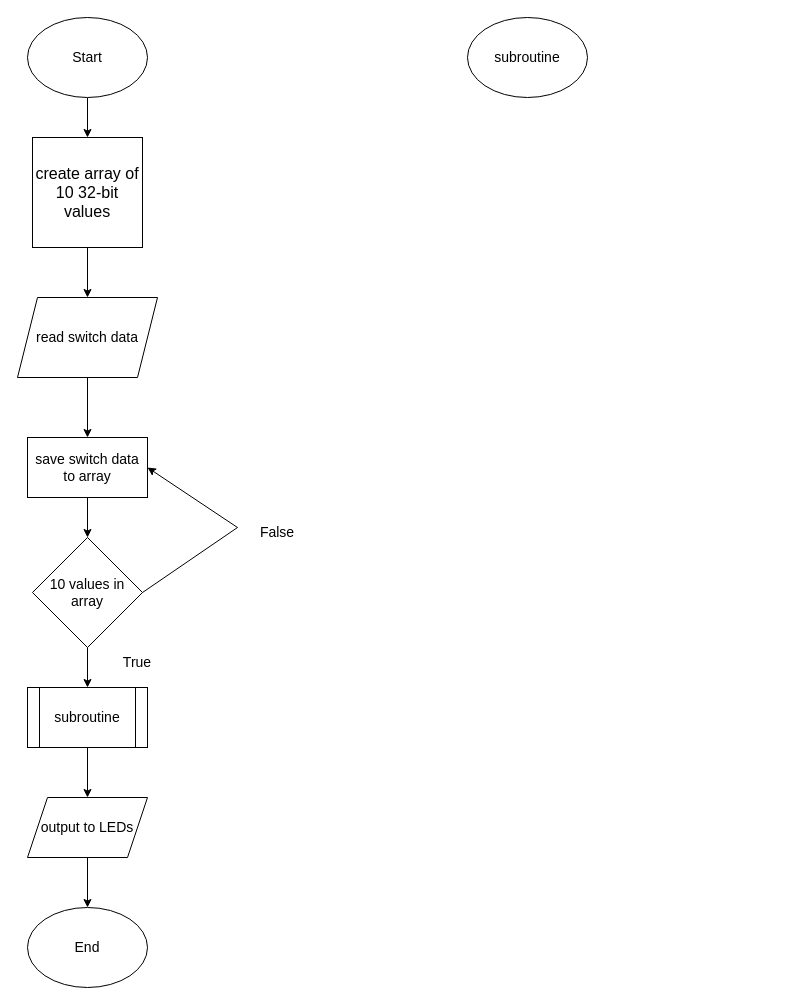
The draw.io diagram final_project_SW.drawio in psp-player/CPE233, before the edit. Source tidied: cells renumbered, new cells numbered last; positions are measured from the earlier drawing's top-left corner, leaving out a move shared by most shapes. Both pictures are drawn from the tidied source at 100%, with x=0, y=0 at pixel (17, 17).
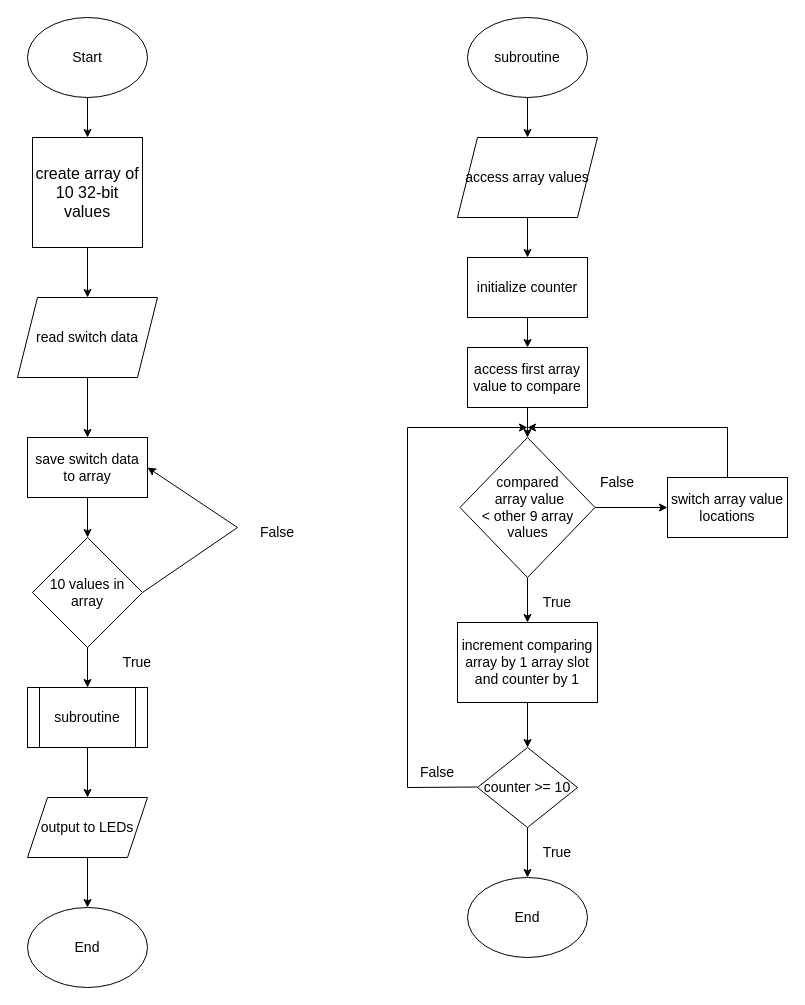
After the change.

Unchanged cells that the change refers to:
```xml
<mxCell id="14" value="&lt;font style=&quot;font-size: 14px;&quot;&gt;subroutine&lt;/font&gt;" style="ellipse;whiteSpace=wrap;html=1;" parent="1" vertex="1">
  <mxGeometry x="450" width="120" height="80" as="geometry" />
</mxCell>
```

Diff of the diagram source:
```diff
@@
+    <mxCell id="22" style="edgeStyle=orthogonalEdgeStyle;rounded=0;jettySize=auto;html=1;entryX=0.5;entryY=0;entryDx=0;entryDy=0;" parent="1" edge="1" source="14" target="24">
+      <mxGeometry relative="1" as="geometry" />
+    </mxCell>
@@
+    <mxCell id="23" style="edgeStyle=orthogonalEdgeStyle;rounded=0;jettySize=auto;html=1;entryX=0.5;entryY=0;entryDx=0;entryDy=0;" parent="1" edge="1" source="24" target="26">
+      <mxGeometry relative="1" as="geometry" />
+    </mxCell>
+    <mxCell id="24" value="&lt;font style=&quot;font-size: 14px;&quot;&gt;access array values&lt;/font&gt;" style="shape=parallelogram;perimeter=parallelogramPerimeter;whiteSpace=wrap;html=1;fixedSize=1;" parent="1" vertex="1">
+      <mxGeometry x="440" y="120" width="140" height="80" as="geometry" />
+    </mxCell>
+    <mxCell id="25" style="edgeStyle=orthogonalEdgeStyle;rounded=0;jettySize=auto;html=1;entryX=0.5;entryY=0;entryDx=0;entryDy=0;" parent="1" edge="1" source="26" target="33">
+      <mxGeometry relative="1" as="geometry" />
+    </mxCell>
+    <mxCell id="26" value="&lt;font style=&quot;font-size: 14px;&quot;&gt;initialize counter&lt;/font&gt;" style="rounded=0;whiteSpace=wrap;html=1;" parent="1" vertex="1">
+      <mxGeometry x="450" y="240" width="120" height="60" as="geometry" />
+    </mxCell>
+    <mxCell id="27" style="edgeStyle=orthogonalEdgeStyle;rounded=0;jettySize=auto;html=1;entryX=0.5;entryY=0;entryDx=0;entryDy=0;" parent="1" edge="1" source="28" target="40">
+      <mxGeometry relative="1" as="geometry" />
+    </mxCell>
+    <mxCell id="28" value="&lt;font style=&quot;font-size: 14px;&quot;&gt;increment comparing array by 1 array slot and counter by 1&lt;/font&gt;" style="rounded=0;whiteSpace=wrap;html=1;" parent="1" vertex="1">
+      <mxGeometry x="440" y="605" width="140" height="80" as="geometry" />
+    </mxCell>
+    <mxCell id="29" style="edgeStyle=orthogonalEdgeStyle;rounded=0;jettySize=auto;html=1;entryX=0.5;entryY=0;entryDx=0;entryDy=0;" parent="1" edge="1" source="31" target="28">
+      <mxGeometry relative="1" as="geometry" />
+    </mxCell>
+    <mxCell id="30" style="edgeStyle=orthogonalEdgeStyle;rounded=0;jettySize=auto;html=1;entryX=0;entryY=0.5;entryDx=0;entryDy=0;" parent="1" edge="1" source="31" target="36">
+      <mxGeometry relative="1" as="geometry" />
+    </mxCell>
+    <mxCell id="31" value="&lt;font style=&quot;font-size: 14px;&quot;&gt;compared&lt;br&gt;&amp;nbsp;array value &lt;br&gt;&amp;lt; other 9 array values&lt;/font&gt;" style="rhombus;whiteSpace=wrap;html=1;" parent="1" vertex="1">
+      <mxGeometry x="442.5" y="420" width="135" height="140" as="geometry" />
+    </mxCell>
+    <mxCell id="32" style="edgeStyle=orthogonalEdgeStyle;rounded=0;jettySize=auto;html=1;entryX=0.5;entryY=0;entryDx=0;entryDy=0;" parent="1" edge="1" source="33" target="31">
+      <mxGeometry relative="1" as="geometry" />
+    </mxCell>
+    <mxCell id="33" value="&lt;font style=&quot;font-size: 14px;&quot;&gt;access first array value to compare&lt;/font&gt;" style="rounded=0;whiteSpace=wrap;html=1;" parent="1" vertex="1">
+      <mxGeometry x="450" y="330" width="120" height="60" as="geometry" />
+    </mxCell>
+    <mxCell id="34" value="&lt;font style=&quot;font-size: 14px;&quot;&gt;True&lt;/font&gt;" style="text;html=1;align=center;verticalAlign=middle;whiteSpace=wrap;rounded=0;" parent="1" vertex="1">
+      <mxGeometry x="510" y="570" width="60" height="30" as="geometry" />
+    </mxCell>
+    <mxCell id="35" value="&lt;font style=&quot;font-size: 14px;&quot;&gt;False&lt;/font&gt;" style="text;html=1;align=center;verticalAlign=middle;whiteSpace=wrap;rounded=0;" parent="1" vertex="1">
+      <mxGeometry x="570" y="450" width="60" height="30" as="geometry" />
+    </mxCell>
+    <mxCell id="36" value="&lt;font style=&quot;font-size: 14px;&quot;&gt;switch array value locations&lt;/font&gt;" style="rounded=0;whiteSpace=wrap;html=1;" parent="1" vertex="1">
+      <mxGeometry x="650" y="460" width="120" height="60" as="geometry" />
+    </mxCell>
+    <mxCell id="37" style="endArrow=none;html=1;rounded=0;" parent="1" edge="1">
+      <mxGeometry relative="1" as="geometry">
+        <mxPoint x="710" y="460" as="sourcePoint" />
+        <mxPoint x="710" y="410" as="targetPoint" />
+      </mxGeometry>
+    </mxCell>
+    <mxCell id="38" style="endArrow=classic;html=1;rounded=0;" parent="1" edge="1">
+      <mxGeometry relative="1" as="geometry">
+        <mxPoint x="710" y="410" as="sourcePoint" />
+        <mxPoint x="510" y="410" as="targetPoint" />
+      </mxGeometry>
+    </mxCell>
+    <mxCell id="39" style="edgeStyle=orthogonalEdgeStyle;rounded=0;jettySize=auto;html=1;entryX=0.5;entryY=0;entryDx=0;entryDy=0;" parent="1" edge="1" source="40" target="41">
+      <mxGeometry relative="1" as="geometry" />
+    </mxCell>
+    <mxCell id="40" value="&lt;font style=&quot;font-size: 14px;&quot;&gt;counter &amp;gt;= 10&lt;/font&gt;" style="rhombus;whiteSpace=wrap;html=1;" parent="1" vertex="1">
+      <mxGeometry x="460" y="730" width="100" height="80" as="geometry" />
+    </mxCell>
+    <mxCell id="41" value="&lt;font style=&quot;font-size: 14px;&quot;&gt;End&lt;/font&gt;" style="ellipse;whiteSpace=wrap;html=1;" parent="1" vertex="1">
+      <mxGeometry x="450" y="860" width="120" height="80" as="geometry" />
+    </mxCell>
+    <mxCell id="42" value="&lt;font style=&quot;font-size: 14px;&quot;&gt;True&lt;/font&gt;" style="text;html=1;align=center;verticalAlign=middle;whiteSpace=wrap;rounded=0;" parent="1" vertex="1">
+      <mxGeometry x="510" y="820" width="60" height="30" as="geometry" />
+    </mxCell>
+    <mxCell id="43" value="&lt;font style=&quot;font-size: 14px;&quot;&gt;False&lt;/font&gt;" style="text;html=1;align=center;verticalAlign=middle;whiteSpace=wrap;rounded=0;" parent="1" vertex="1">
+      <mxGeometry x="390" y="740" width="60" height="30" as="geometry" />
+    </mxCell>
+    <mxCell id="44" style="endArrow=none;html=1;rounded=0;" parent="1" edge="1">
+      <mxGeometry relative="1" as="geometry">
+        <mxPoint x="390" y="770" as="sourcePoint" />
+        <mxPoint x="460" y="769.5" as="targetPoint" />
+      </mxGeometry>
+    </mxCell>
+    <mxCell id="45" style="endArrow=none;html=1;rounded=0;" parent="1" edge="1">
+      <mxGeometry relative="1" as="geometry">
+        <mxPoint x="390" y="770" as="sourcePoint" />
+        <mxPoint x="390" y="410" as="targetPoint" />
+      </mxGeometry>
+    </mxCell>
+    <mxCell id="46" style="endArrow=classic;html=1;rounded=0;" parent="1" edge="1">
+      <mxGeometry relative="1" as="geometry">
+        <mxPoint x="390" y="410" as="sourcePoint" />
+        <mxPoint x="510" y="410" as="targetPoint" />
+      </mxGeometry>
+    </mxCell>
```
